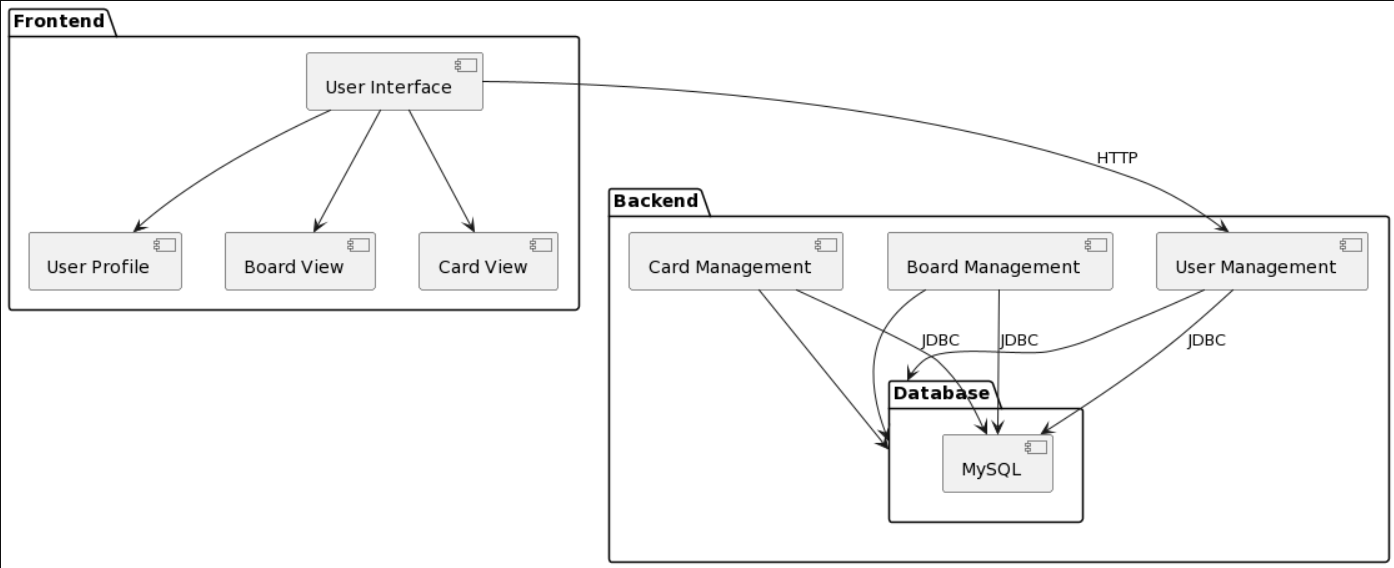
Above: documentation/diagrams/component/img/component.png in kattymwk/TaskManager (PlantUML), before the change. Its source is kept beside it as documentation/diagrams/component/component.puml. Source of this version:
```plantuml
@startuml Component Diagram

package "Frontend" {
  [User Interface] as UI
  UI --> [Board View]
  UI --> [Card View]
  UI --> [User Profile]
}

package "Backend" {
  [User Management] as UM
  [Board Management] as BM
  [Card Management] as CM
  UM --> [Database]
  BM --> [Database]
  CM --> [Database]
}

package "Database" {
  [MySQL] as DB
}

UI --> UM : HTTP
UM --> DB : JDBC
BM --> DB : JDBC
CM --> DB : JDBC

@enduml
```
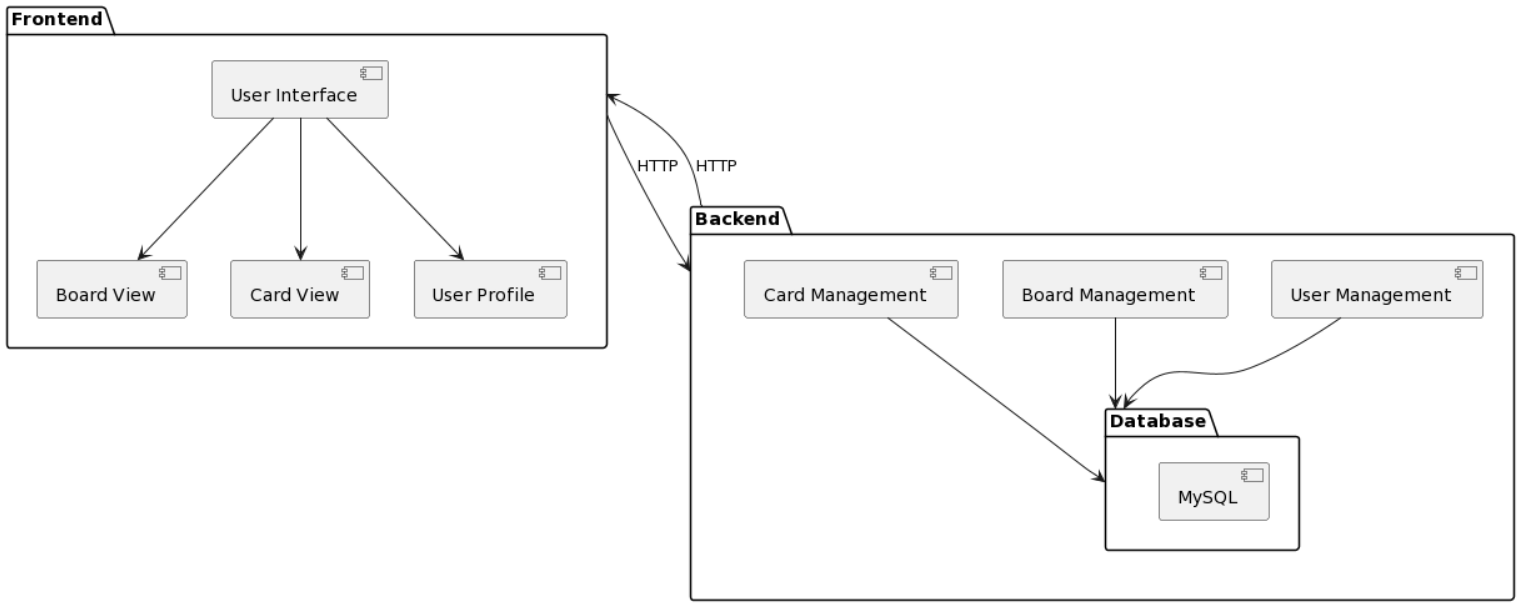
After the commit.

Commit message:
update component diagrams

The edit, as a diff of the source:
```diff
@@ -20,9 +20,7 @@
   [MySQL] as DB
 }
 
-UI --> UM : HTTP
-UM --> DB : JDBC
-BM --> DB : JDBC
-CM --> DB : JDBC
+Frontend --> Backend : HTTP
+Backend --> Frontend :HTTP
 
 @enduml
```
